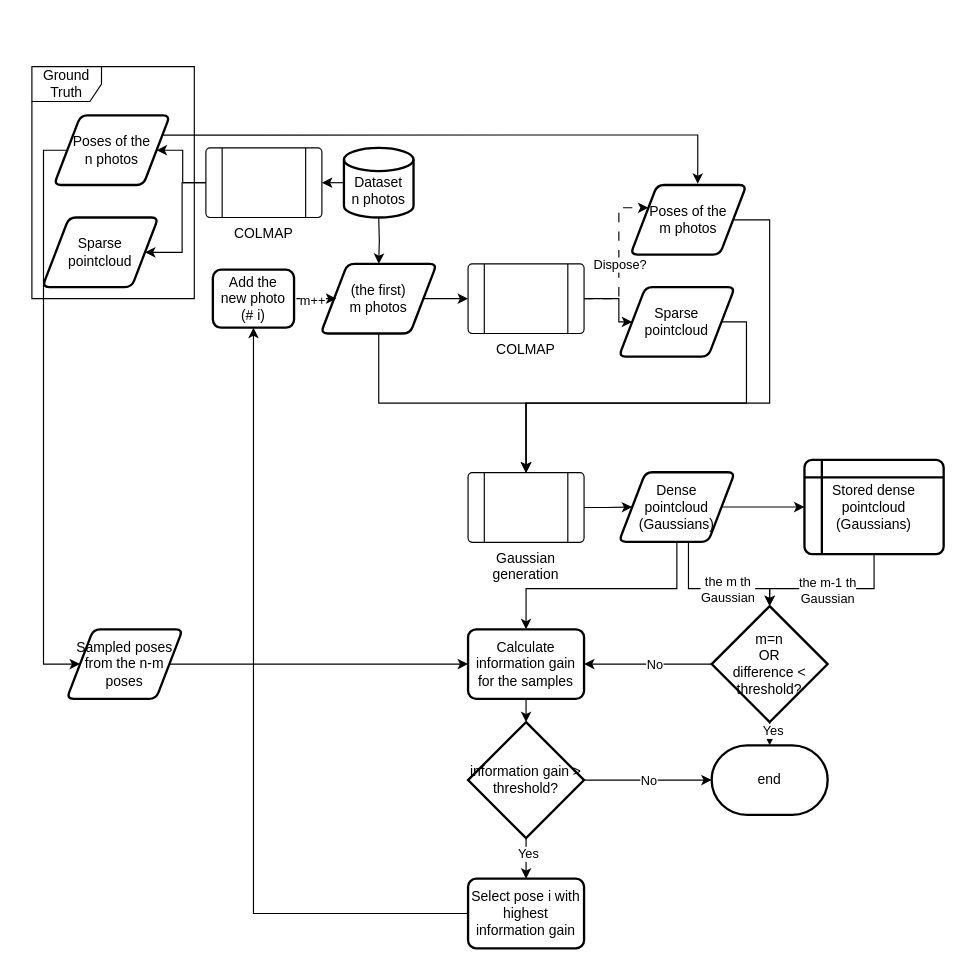
Earlier version of the draw.io diagram page "Dataset_approach" (1 of 2) of GS_flow.drawio (lemonci/Pattern_making). Source tidied: cells renumbered, new cells numbered last; positions are measured from the earlier drawing's top-left corner, leaving out a move shared by most shapes. Both pictures are drawn from the tidied source at 116%, with x=0, y=0 at pixel (31, 66).
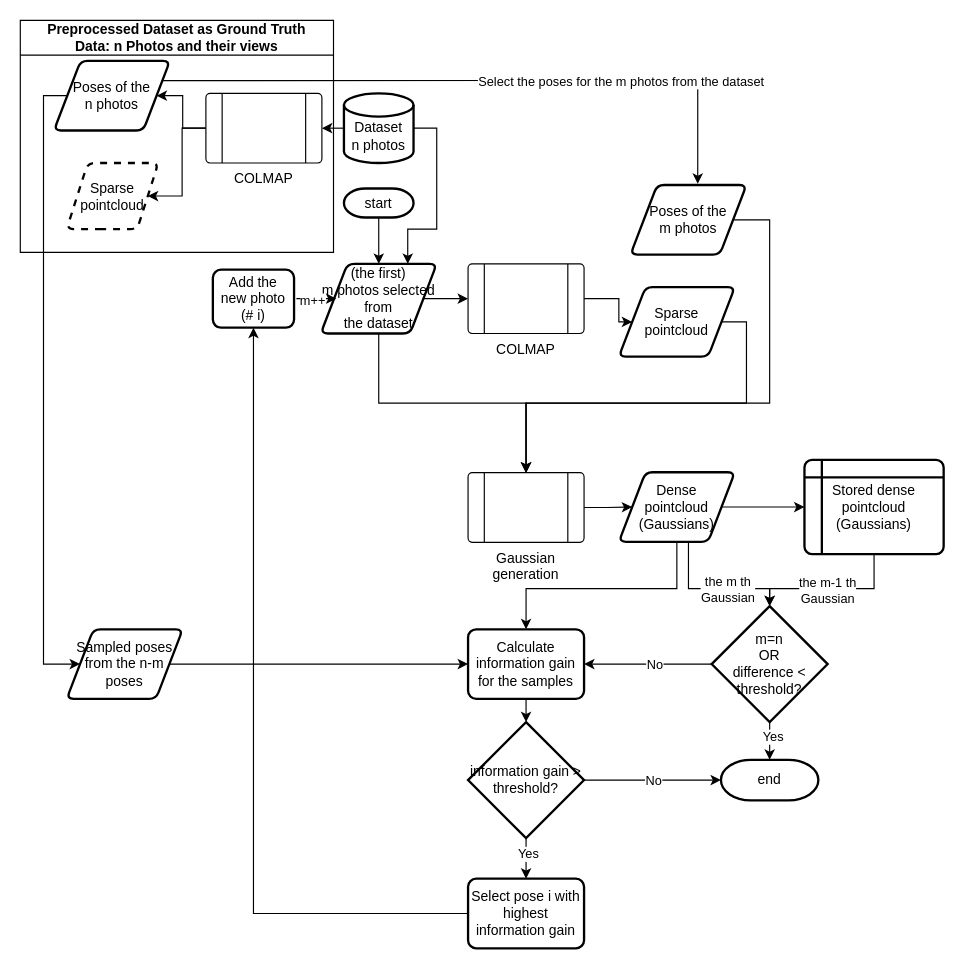
After the change.

Commit message:
Add real-time flow

The change refers to these unchanged cells:
```xml
<mxCell id="11" value="COLMAP" style="verticalLabelPosition=bottom;verticalAlign=top;html=1;shape=process;whiteSpace=wrap;rounded=1;size=0.14;arcSize=6;" parent="1" vertex="1">
  <mxGeometry x="376" y="170" width="100" height="60" as="geometry" />
</mxCell>
<mxCell id="13" value="Poses of the&lt;br&gt;m photos" style="shape=parallelogram;html=1;strokeWidth=2;perimeter=parallelogramPerimeter;whiteSpace=wrap;rounded=1;arcSize=12;size=0.23;" parent="1" vertex="1">
  <mxGeometry x="516" y="102" width="100" height="60" as="geometry" />
</mxCell>
<mxCell id="38" style="edgeStyle=orthogonalEdgeStyle;rounded=0;jettySize=auto;html=1;exitX=1;exitY=0.25;exitDx=0;exitDy=0;entryX=0.58;entryY=-0.017;entryDx=0;entryDy=0;entryPerimeter=0;" parent="1" edge="1" source="35" target="13">
  <mxGeometry relative="1" as="geometry" />
</mxCell>
<mxCell id="40" value="Sampled poses from the n-m poses" style="shape=parallelogram;html=1;strokeWidth=2;perimeter=parallelogramPerimeter;whiteSpace=wrap;rounded=1;arcSize=12;size=0.23;" parent="1" vertex="1">
  <mxGeometry x="30" y="485" width="100" height="60" as="geometry" />
</mxCell>
```

What changed in the source:
```diff
@@
-    <mxCell id="2" style="edgeStyle=orthogonalEdgeStyle;rounded=0;orthogonalLoop=1;jettySize=auto;html=1;exitX=0.5;exitY=1;exitDx=0;exitDy=0;exitPerimeter=0;entryX=0.5;entryY=0;entryDx=0;entryDy=0;entryPerimeter=0;" parent="1" edge="1">
-      <mxGeometry relative="1" as="geometry">
-        <mxPoint x="299" y="130" as="sourcePoint" />
-        <mxPoint x="299" y="170" as="targetPoint" />
-      </mxGeometry>
-    </mxCell>
@@
     <mxCell id="4" value="&lt;br&gt;Dataset &lt;br&gt;n photos" style="strokeWidth=2;html=1;shape=mxgraph.flowchart.database;whiteSpace=wrap;" parent="1" vertex="1">
-      <mxGeometry x="269" y="70" width="60" height="60" as="geometry" />
+      <mxGeometry x="269" y="23" width="60" height="60" as="geometry" />
     </mxCell>
@@
-    <mxCell id="7" value="(the first)&lt;br&gt;m photos" style="shape=parallelogram;html=1;strokeWidth=2;perimeter=parallelogramPerimeter;whiteSpace=wrap;rounded=1;arcSize=12;size=0.23;" parent="1" vertex="1">
+    <mxCell id="7" value="(the first)&lt;br&gt;m photos selected from&lt;br&gt;the dataset" style="shape=parallelogram;html=1;strokeWidth=2;perimeter=parallelogramPerimeter;whiteSpace=wrap;rounded=1;arcSize=12;size=0.23;" parent="1" vertex="1">
       <mxGeometry x="249" y="170" width="100" height="60" as="geometry" />
     </mxCell>
@@
-    <mxCell id="9" style="edgeStyle=orthogonalEdgeStyle;rounded=0;jettySize=auto;html=1;exitX=1;exitY=0.5;exitDx=0;exitDy=0;entryX=0;entryY=0.25;entryDx=0;entryDy=0;dashed=1;dashPattern=8 8;" parent="1" edge="1" source="11" target="13">
-      <mxGeometry relative="1" as="geometry">
-        <Array as="points">
-          <mxPoint x="506" y="200" />
-          <mxPoint x="506" y="122" />
-        </Array>
-      </mxGeometry>
-    </mxCell>
-    <mxCell id="10" value="Dispose?" style="edgeLabel;html=1;align=center;verticalAlign=middle;" parent="9" vertex="1">
-      <mxGeometry x="0.06" y="1" relative="1" as="geometry">
-        <mxPoint x="1" y="11" as="offset" />
-      </mxGeometry>
-    </mxCell>
@@
     <mxCell id="28" value="end" style="strokeWidth=2;html=1;shape=mxgraph.flowchart.terminator;whiteSpace=wrap;" parent="1" vertex="1">
-      <mxGeometry x="586" y="585" width="100" height="60" as="geometry" />
+      <mxGeometry x="594" y="597.5" width="84" height="35" as="geometry" />
     </mxCell>
@@
     <mxCell id="33" value="COLMAP" style="verticalLabelPosition=bottom;verticalAlign=top;html=1;shape=process;whiteSpace=wrap;rounded=1;size=0.14;arcSize=6;" parent="1" vertex="1">
-      <mxGeometry x="150" y="70" width="100" height="60" as="geometry" />
+      <mxGeometry x="150" y="23" width="100" height="60" as="geometry" />
     </mxCell>
     <mxCell id="34" style="edgeStyle=orthogonalEdgeStyle;rounded=0;jettySize=auto;html=1;exitX=0;exitY=0.5;exitDx=0;exitDy=0;entryX=0;entryY=0.5;entryDx=0;entryDy=0;" parent="1" edge="1" source="35" target="40">
       <mxGeometry relative="1" as="geometry">
         <Array as="points">
-          <mxPoint x="10" y="72" />
+          <mxPoint x="10" y="25" />
           <mxPoint x="10" y="515" />
         </Array>
       </mxGeometry>
     </mxCell>
     <mxCell id="35" value="Poses of the&lt;br&gt;n photos" style="shape=parallelogram;html=1;strokeWidth=2;perimeter=parallelogramPerimeter;whiteSpace=wrap;rounded=1;arcSize=12;size=0.23;" parent="1" vertex="1">
-      <mxGeometry x="19" y="42" width="100" height="60" as="geometry" />
+      <mxGeometry x="19" y="-5" width="100" height="60" as="geometry" />
     </mxCell>
-    <mxCell id="36" value="Sparse&lt;br&gt;pointcloud" style="shape=parallelogram;html=1;strokeWidth=2;perimeter=parallelogramPerimeter;whiteSpace=wrap;rounded=1;arcSize=12;size=0.23;" parent="1" vertex="1">
-      <mxGeometry x="9" y="130" width="100" height="60" as="geometry" />
+    <mxCell id="36" value="Sparse&lt;br&gt;pointcloud" style="shape=parallelogram;html=1;strokeWidth=2;perimeter=parallelogramPerimeter;whiteSpace=wrap;rounded=1;arcSize=12;size=0.23;dashed=1;" parent="1" vertex="1">
+      <mxGeometry x="30" y="83" width="79" height="57" as="geometry" />
     </mxCell>
-    <mxCell id="37" value="Ground Truth" style="shape=umlFrame;whiteSpace=wrap;html=1;" parent="1" vertex="1">
-      <mxGeometry width="140" height="200" as="geometry" />
-    </mxCell>
@@
+    <mxCell id="54" value="Select the poses for the m photos from the dataset" style="edgeLabel;html=1;align=center;verticalAlign=middle;" parent="38" vertex="1">
+      <mxGeometry x="0.44" y="-1" relative="1" as="geometry">
+        <mxPoint x="-1" as="offset" />
+      </mxGeometry>
+    </mxCell>
@@
+    <mxCell id="55" value="&lt;div&gt;Preprocessed Dataset as Ground Truth&lt;/div&gt;&lt;div&gt;Data: n Photos and their views&lt;br&gt;&lt;/div&gt;" style="swimlane;whiteSpace=wrap;html=1;startSize=30;" parent="1" vertex="1">
+      <mxGeometry x="-10" y="-40" width="270" height="200" as="geometry" />
+    </mxCell>
+    <mxCell id="56" style="edgeStyle=orthogonalEdgeStyle;rounded=0;jettySize=auto;html=1;exitX=0.5;exitY=1;exitDx=0;exitDy=0;exitPerimeter=0;entryX=0.5;entryY=0;entryDx=0;entryDy=0;" parent="1" edge="1" source="57" target="7">
+      <mxGeometry relative="1" as="geometry" />
+    </mxCell>
+    <mxCell id="57" value="start" style="strokeWidth=2;html=1;shape=mxgraph.flowchart.terminator;whiteSpace=wrap;" parent="1" vertex="1">
+      <mxGeometry x="269" y="105" width="60" height="25" as="geometry" />
+    </mxCell>
+    <mxCell id="58" style="edgeStyle=orthogonalEdgeStyle;rounded=0;jettySize=auto;html=1;exitX=1;exitY=0.5;exitDx=0;exitDy=0;exitPerimeter=0;entryX=0.75;entryY=0;entryDx=0;entryDy=0;" parent="1" edge="1" source="4" target="7">
+      <mxGeometry relative="1" as="geometry">
+        <Array as="points">
+          <mxPoint x="349" y="53" />
+          <mxPoint x="349" y="140" />
+          <mxPoint x="324" y="140" />
+        </Array>
+      </mxGeometry>
+    </mxCell>
```
